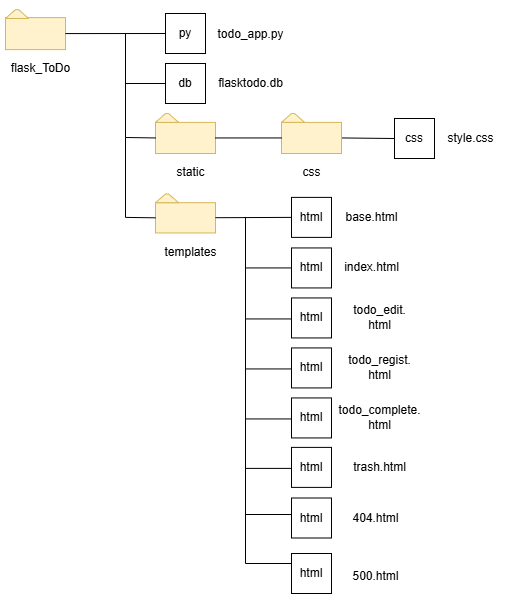
This is drawio/ファイル図/faile.png from mori1252/TODO, a draw.io export, as it was before one commit. Source tidied: cells renumbered, new cells last; positions are measured from the earlier drawing's top-left corner, leaving out a move shared by most shapes.
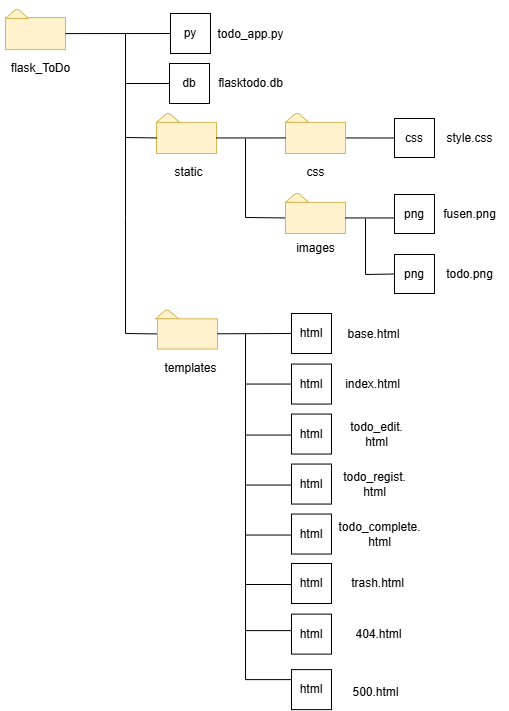
The same diagram one commit later.

What changed in the source:
```diff
@@ -18,7 +18,7 @@
       <mxGeometry y="54" width="80" height="30" as="geometry" />
     </mxCell>
     <mxCell id="7" style="group;" parent="1" vertex="1">
-      <mxGeometry x="155" y="114" width="60" height="40" as="geometry" />
+      <mxGeometry x="156" y="114" width="60" height="40" as="geometry" />
     </mxCell>
     <mxCell id="8" style="rounded=0;whiteSpace=wrap;html=1;fillColor=#fff2cc;strokeColor=#d6b656;" parent="7" vertex="1">
       <mxGeometry y="8.9" width="60" height="31.1" as="geometry" />
@@ -27,192 +27,236 @@
       <mxGeometry width="23.1" height="8.9" as="geometry" />
     </mxCell>
     <mxCell id="10" style="group;" parent="1" vertex="1">
-      <mxGeometry x="155" y="194.6" width="60" height="38.9" as="geometry" />
+      <mxGeometry x="155" y="310.7" width="60" height="38.9" as="geometry" />
     </mxCell>
-    <mxCell id="11" style="rounded=0;whiteSpace=wrap;html=1;fillColor=#fff2cc;strokeColor=#d6b656;" parent="10" vertex="1">
-      <mxGeometry y="8.6" width="60" height="30.2" as="geometry" />
-    </mxCell>
     <mxCell id="12" style="shape=trapezoid;perimeter=trapezoidPerimeter;whiteSpace=wrap;html=1;fixedSize=1;size=10;fillColor=#fff2cc;strokeColor=#d6b656;" parent="10" vertex="1">
       <mxGeometry width="23.1" height="8.6" as="geometry" />
     </mxCell>
     <mxCell id="13" value="static" style="text;html=1;align=center;verticalAlign=middle;strokeColor=none;fillColor=none;" parent="1" vertex="1">
-      <mxGeometry x="165" y="157.9" width="50" height="30" as="geometry" />
+      <mxGeometry x="163" y="157.9" width="50" height="30" as="geometry" />
     </mxCell>
-    <mxCell id="14" value="templates" style="text;html=1;align=center;verticalAlign=middle;strokeColor=none;fillColor=none;" parent="1" vertex="1">
-      <mxGeometry x="150" y="237.9" width="80" height="30" as="geometry" />
-    </mxCell>
     <mxCell id="15" value="css" style="rounded=0;whiteSpace=wrap;html=1;" parent="1" vertex="1">
-      <mxGeometry x="394" y="119" width="40" height="40" as="geometry" />
+      <mxGeometry x="394" y="119" width="40" height="39" as="geometry" />
     </mxCell>
     <mxCell id="16" value="style.css" style="text;html=1;align=center;verticalAlign=middle;strokeColor=none;fillColor=none;" parent="1" vertex="1">
-      <mxGeometry x="435" y="124" width="70" height="30" as="geometry" />
+      <mxGeometry x="434" y="124" width="70" height="30" as="geometry" />
     </mxCell>
     <mxCell id="17" style="endArrow=none;html=1;exitX=0;exitY=0.5;exitDx=0;exitDy=0;rounded=0;curved=0;" parent="1" edge="1" source="11">
       <mxGeometry relative="1" as="geometry">
         <mxPoint x="125" y="137.9" as="targetPoint" />
         <Array as="points">
+          <mxPoint x="125" y="334" />
           <mxPoint x="125" y="217.9" />
         </Array>
       </mxGeometry>
     </mxCell>
+    <mxCell id="32" value="py" style="rounded=0;whiteSpace=wrap;html=1;" parent="1" vertex="1">
+      <mxGeometry x="170" y="14" width="40" height="40" as="geometry" />
+    </mxCell>
+    <mxCell id="33" value="todo_app.py" style="text;html=1;align=center;verticalAlign=middle;strokeColor=none;fillColor=none;" parent="1" vertex="1">
+      <mxGeometry x="205" y="20.1" width="90" height="30" as="geometry" />
+    </mxCell>
+    <mxCell id="35" style="html=1;endArrow=none;endFill=0;entryX=0;entryY=0.5;entryDx=0;entryDy=0;exitX=1;exitY=0.5;exitDx=0;exitDy=0;" parent="1" edge="1" source="42" target="15">
+      <mxGeometry relative="1" as="geometry" />
+    </mxCell>
+    <mxCell id="36" style="html=1;endArrow=none;endFill=0;entryX=0;entryY=0.5;entryDx=0;entryDy=0;rounded=0;curved=0;" parent="1" edge="1" target="8">
+      <mxGeometry relative="1" as="geometry">
+        <mxPoint x="125" y="34" as="sourcePoint" />
+        <Array as="points">
+          <mxPoint x="125" y="138" />
+        </Array>
+      </mxGeometry>
+    </mxCell>
+    <mxCell id="40" style="edgeStyle=none;html=1;entryX=0;entryY=0.5;entryDx=0;entryDy=0;endArrow=none;endFill=0;" parent="1" edge="1" source="4" target="32">
+      <mxGeometry relative="1" as="geometry" />
+    </mxCell>
+    <mxCell id="41" style="group;" parent="1" vertex="1">
+      <mxGeometry x="285" y="114" width="60" height="40" as="geometry" />
+    </mxCell>
+    <mxCell id="42" style="rounded=0;whiteSpace=wrap;html=1;fillColor=#fff2cc;strokeColor=#d6b656;" parent="41" vertex="1">
+      <mxGeometry y="8.9" width="60" height="31.1" as="geometry" />
+    </mxCell>
+    <mxCell id="43" style="shape=trapezoid;perimeter=trapezoidPerimeter;whiteSpace=wrap;html=1;fixedSize=1;size=10;fillColor=#fff2cc;strokeColor=#d6b656;" parent="41" vertex="1">
+      <mxGeometry width="23.1" height="8.9" as="geometry" />
+    </mxCell>
+    <mxCell id="44" style="edgeStyle=none;html=1;entryX=1;entryY=0.5;entryDx=0;entryDy=0;endArrow=none;endFill=0;" parent="1" edge="1" source="42" target="8">
+      <mxGeometry relative="1" as="geometry" />
+    </mxCell>
+    <mxCell id="45" style="edgeStyle=none;html=1;exitX=0;exitY=0.5;exitDx=0;exitDy=0;rounded=0;curved=0;endArrow=none;endFill=0;" parent="1" edge="1" source="46">
+      <mxGeometry relative="1" as="geometry">
+        <mxPoint x="125" y="84" as="targetPoint" />
+      </mxGeometry>
+    </mxCell>
+    <mxCell id="46" value="db" style="rounded=0;whiteSpace=wrap;html=1;" parent="1" vertex="1">
+      <mxGeometry x="169" y="64" width="40" height="40" as="geometry" />
+    </mxCell>
+    <mxCell id="47" value="flasktodo.db" style="text;html=1;align=center;verticalAlign=middle;strokeColor=none;fillColor=none;" parent="1" vertex="1">
+      <mxGeometry x="205" y="69" width="90" height="30" as="geometry" />
+    </mxCell>
+    <mxCell id="54" value="css" style="text;html=1;align=center;verticalAlign=middle;strokeColor=none;fillColor=none;" parent="1" vertex="1">
+      <mxGeometry x="295" y="157.9" width="40" height="30" as="geometry" />
+    </mxCell>
+    <mxCell id="55" style="group;" parent="1" vertex="1">
+      <mxGeometry x="285" y="194" width="60" height="40" as="geometry" />
+    </mxCell>
+    <mxCell id="56" style="edgeStyle=none;html=1;exitX=0;exitY=0.5;exitDx=0;exitDy=0;rounded=0;curved=0;endArrow=none;endFill=0;" parent="55" edge="1" source="57">
+      <mxGeometry relative="1" as="geometry">
+        <mxPoint x="-40" y="-55" as="targetPoint" />
+        <Array as="points">
+          <mxPoint x="-40" y="24" />
+        </Array>
+      </mxGeometry>
+    </mxCell>
+    <mxCell id="57" style="rounded=0;whiteSpace=wrap;html=1;fillColor=#fff2cc;strokeColor=#d6b656;" parent="55" vertex="1">
+      <mxGeometry y="8.9" width="60" height="31.1" as="geometry" />
+    </mxCell>
+    <mxCell id="58" style="shape=trapezoid;perimeter=trapezoidPerimeter;whiteSpace=wrap;html=1;fixedSize=1;size=10;fillColor=#fff2cc;strokeColor=#d6b656;" parent="55" vertex="1">
+      <mxGeometry width="23.1" height="8.9" as="geometry" />
+    </mxCell>
+    <mxCell id="59" value="images" style="text;html=1;align=center;verticalAlign=middle;strokeColor=none;fillColor=none;" parent="1" vertex="1">
+      <mxGeometry x="285" y="234" width="60" height="30" as="geometry" />
+    </mxCell>
+    <mxCell id="60" value="png" style="rounded=0;whiteSpace=wrap;html=1;" parent="1" vertex="1">
+      <mxGeometry x="394" y="195" width="40" height="39" as="geometry" />
+    </mxCell>
+    <mxCell id="61" style="edgeStyle=none;html=1;entryX=0;entryY=0.601;entryDx=0;entryDy=0;entryPerimeter=0;endArrow=none;endFill=0;" parent="1" edge="1" source="57" target="60">
+      <mxGeometry relative="1" as="geometry" />
+    </mxCell>
+    <mxCell id="62" style="edgeStyle=none;html=1;exitX=0;exitY=0.5;exitDx=0;exitDy=0;rounded=0;curved=0;endArrow=none;endFill=0;" parent="1" edge="1" source="63">
+      <mxGeometry relative="1" as="geometry">
+        <mxPoint x="365" y="219" as="targetPoint" />
+        <Array as="points">
+          <mxPoint x="365" y="275" />
+        </Array>
+      </mxGeometry>
+    </mxCell>
+    <mxCell id="63" value="png" style="rounded=0;whiteSpace=wrap;html=1;" parent="1" vertex="1">
+      <mxGeometry x="394" y="255" width="40" height="39" as="geometry" />
+    </mxCell>
+    <mxCell id="11" style="rounded=0;whiteSpace=wrap;html=1;fillColor=#fff2cc;strokeColor=#d6b656;" parent="1" vertex="1">
+      <mxGeometry x="157" y="319.3" width="60" height="30.2" as="geometry" />
+    </mxCell>
+    <mxCell id="14" value="templates" style="text;html=1;align=center;verticalAlign=middle;strokeColor=none;fillColor=none;" parent="1" vertex="1">
+      <mxGeometry x="150" y="354" width="80" height="30" as="geometry" />
+    </mxCell>
     <mxCell id="18" value="html" style="rounded=0;whiteSpace=wrap;html=1;" parent="1" vertex="1">
-      <mxGeometry x="291" y="197.9" width="40" height="40" as="geometry" />
+      <mxGeometry x="291" y="314" width="40" height="40" as="geometry" />
     </mxCell>
     <mxCell id="19" value="html" style="rounded=0;whiteSpace=wrap;html=1;" parent="1" vertex="1">
-      <mxGeometry x="291" y="248.4" width="40" height="40" as="geometry" />
+      <mxGeometry x="291" y="364.6" width="40" height="40" as="geometry" />
     </mxCell>
     <mxCell id="20" value="html" style="rounded=0;whiteSpace=wrap;html=1;" parent="1" vertex="1">
-      <mxGeometry x="291" y="298.4" width="40" height="40" as="geometry" />
+      <mxGeometry x="291" y="414.6" width="40" height="40" as="geometry" />
     </mxCell>
     <mxCell id="21" value="html" style="rounded=0;whiteSpace=wrap;html=1;" parent="1" vertex="1">
-      <mxGeometry x="291" y="348.4" width="40" height="40" as="geometry" />
+      <mxGeometry x="291" y="464.6" width="40" height="40" as="geometry" />
     </mxCell>
     <mxCell id="22" value="html" style="rounded=0;whiteSpace=wrap;html=1;" parent="1" vertex="1">
-      <mxGeometry x="291" y="398.4" width="40" height="40" as="geometry" />
+      <mxGeometry x="291" y="514.5" width="40" height="40" as="geometry" />
     </mxCell>
     <mxCell id="23" style="endArrow=none;html=1;exitX=0;exitY=0.5;exitDx=0;exitDy=0;rounded=0;curved=0;" parent="1" edge="1" source="19">
       <mxGeometry relative="1" as="geometry">
-        <mxPoint x="245" y="217.4" as="targetPoint" />
+        <mxPoint x="245" y="333.6" as="targetPoint" />
         <Array as="points">
-          <mxPoint x="245" y="268.4" />
+          <mxPoint x="245" y="384.6" />
         </Array>
       </mxGeometry>
     </mxCell>
     <mxCell id="24" style="endArrow=none;html=1;exitX=0;exitY=0.5;exitDx=0;exitDy=0;rounded=0;curved=0;" parent="1" edge="1">
       <mxGeometry relative="1" as="geometry">
-        <mxPoint x="291" y="319.4" as="sourcePoint" />
-        <mxPoint x="245" y="268.4" as="targetPoint" />
+        <mxPoint x="291" y="435.6" as="sourcePoint" />
+        <mxPoint x="245" y="384.6" as="targetPoint" />
         <Array as="points">
-          <mxPoint x="245" y="319.4" />
+          <mxPoint x="245" y="435.6" />
         </Array>
       </mxGeometry>
     </mxCell>
     <mxCell id="25" style="endArrow=none;html=1;exitX=0;exitY=0.5;exitDx=0;exitDy=0;rounded=0;curved=0;" parent="1" edge="1">
       <mxGeometry relative="1" as="geometry">
-        <mxPoint x="291" y="369.4" as="sourcePoint" />
-        <mxPoint x="245" y="318.4" as="targetPoint" />
+        <mxPoint x="291" y="485.5" as="sourcePoint" />
+        <mxPoint x="245" y="434.6" as="targetPoint" />
         <Array as="points">
-          <mxPoint x="245" y="369.4" />
+          <mxPoint x="245" y="485.5" />
         </Array>
       </mxGeometry>
     </mxCell>
     <mxCell id="26" style="endArrow=none;html=1;exitX=0;exitY=0.5;exitDx=0;exitDy=0;rounded=0;curved=0;" parent="1" edge="1">
       <mxGeometry relative="1" as="geometry">
-        <mxPoint x="291" y="419.4" as="sourcePoint" />
-        <mxPoint x="245" y="368.4" as="targetPoint" />
+        <mxPoint x="291" y="535.5" as="sourcePoint" />
+        <mxPoint x="245" y="484.5" as="targetPoint" />
         <Array as="points">
-          <mxPoint x="245" y="419.4" />
+          <mxPoint x="245" y="535.5" />
         </Array>
       </mxGeometry>
     </mxCell>
     <mxCell id="27" value="base.html" style="text;html=1;align=center;verticalAlign=middle;strokeColor=none;fillColor=none;" parent="1" vertex="1">
-      <mxGeometry x="331" y="203.4" width="80" height="30" as="geometry" />
+      <mxGeometry x="333" y="319.6" width="80" height="30" as="geometry" />
     </mxCell>
     <mxCell id="28" value="index.html" style="text;html=1;align=center;verticalAlign=middle;strokeColor=none;fillColor=none;" parent="1" vertex="1">
-      <mxGeometry x="331" y="253.4" width="80" height="30" as="geometry" />
+      <mxGeometry x="332" y="369.6" width="80" height="30" as="geometry" />
     </mxCell>
     <mxCell id="29" value="todo_edit.&lt;div&gt;html&lt;/div&gt;" style="text;html=1;align=center;verticalAlign=middle;strokeColor=none;fillColor=none;" parent="1" vertex="1">
-      <mxGeometry x="339" y="298.4" width="80" height="40" as="geometry" />
+      <mxGeometry x="336" y="414.6" width="80" height="40" as="geometry" />
     </mxCell>
     <mxCell id="30" value="todo_regist&lt;span style=&quot;background-color: transparent;&quot;&gt;.&lt;/span&gt;&lt;div&gt;&lt;span style=&quot;background-color: transparent;&quot;&gt;html&lt;/span&gt;&lt;/div&gt;" style="text;html=1;align=center;verticalAlign=middle;strokeColor=none;fillColor=none;" parent="1" vertex="1">
-      <mxGeometry x="334" y="348.4" width="90" height="40" as="geometry" />
+      <mxGeometry x="329" y="464.6" width="90" height="40" as="geometry" />
     </mxCell>
     <mxCell id="31" value="todo_complete.&lt;div&gt;html&lt;/div&gt;" style="text;html=1;align=center;verticalAlign=middle;strokeColor=none;fillColor=none;" parent="1" vertex="1">
-      <mxGeometry x="324" y="398.4" width="110" height="40" as="geometry" />
+      <mxGeometry x="324" y="514.5" width="110" height="40" as="geometry" />
     </mxCell>
-    <mxCell id="32" value="py" style="rounded=0;whiteSpace=wrap;html=1;" parent="1" vertex="1">
-      <mxGeometry x="165" y="14" width="40" height="40" as="geometry" />
-    </mxCell>
-    <mxCell id="33" value="todo_app.py" style="text;html=1;align=center;verticalAlign=middle;strokeColor=none;fillColor=none;" parent="1" vertex="1">
-      <mxGeometry x="205" y="20.1" width="90" height="30" as="geometry" />
-    </mxCell>
     <mxCell id="34" style="html=1;endArrow=none;endFill=0;entryX=0;entryY=0.5;entryDx=0;entryDy=0;" parent="1" edge="1" source="11" target="18">
       <mxGeometry relative="1" as="geometry" />
     </mxCell>
-    <mxCell id="35" style="html=1;endArrow=none;endFill=0;entryX=0;entryY=0.5;entryDx=0;entryDy=0;exitX=1;exitY=0.5;exitDx=0;exitDy=0;" parent="1" edge="1" source="42" target="15">
-      <mxGeometry relative="1" as="geometry" />
-    </mxCell>
-    <mxCell id="36" style="html=1;endArrow=none;endFill=0;entryX=0;entryY=0.5;entryDx=0;entryDy=0;rounded=0;curved=0;" parent="1" edge="1" target="8">
-      <mxGeometry relative="1" as="geometry">
-        <mxPoint x="125" y="34" as="sourcePoint" />
-        <Array as="points">
-          <mxPoint x="125" y="138" />
-        </Array>
-      </mxGeometry>
-    </mxCell>
     <mxCell id="37" value="html" style="rounded=0;whiteSpace=wrap;html=1;" parent="1" vertex="1">
-      <mxGeometry x="291" y="447.9" width="40" height="40" as="geometry" />
+      <mxGeometry x="291" y="564" width="40" height="40" as="geometry" />
     </mxCell>
     <mxCell id="38" value="&lt;div&gt;&lt;font color=&quot;#000000&quot;&gt;trash.&lt;/font&gt;&lt;span style=&quot;background-color: transparent;&quot;&gt;html&lt;/span&gt;&lt;/div&gt;" style="text;html=1;align=center;verticalAlign=middle;strokeColor=none;fillColor=none;" parent="1" vertex="1">
-      <mxGeometry x="339" y="452.9" width="80" height="30" as="geometry" />
+      <mxGeometry x="337" y="569" width="80" height="30" as="geometry" />
     </mxCell>
     <mxCell id="39" style="endArrow=none;html=1;exitX=0;exitY=0.5;exitDx=0;exitDy=0;rounded=0;curved=0;" parent="1" edge="1">
       <mxGeometry relative="1" as="geometry">
-        <mxPoint x="291" y="468.9" as="sourcePoint" />
-        <mxPoint x="245" y="417.9" as="targetPoint" />
+        <mxPoint x="291" y="585" as="sourcePoint" />
+        <mxPoint x="245" y="534" as="targetPoint" />
         <Array as="points">
-          <mxPoint x="245" y="468.9" />
+          <mxPoint x="245" y="585" />
         </Array>
       </mxGeometry>
     </mxCell>
-    <mxCell id="40" style="edgeStyle=none;html=1;entryX=0;entryY=0.5;entryDx=0;entryDy=0;endArrow=none;endFill=0;" parent="1" edge="1" source="4" target="32">
-      <mxGeometry relative="1" as="geometry" />
-    </mxCell>
-    <mxCell id="41" style="group;" parent="1" vertex="1">
-      <mxGeometry x="281" y="114" width="60" height="40" as="geometry" />
-    </mxCell>
-    <mxCell id="42" style="rounded=0;whiteSpace=wrap;html=1;fillColor=#fff2cc;strokeColor=#d6b656;" parent="41" vertex="1">
-      <mxGeometry y="8.9" width="60" height="31.1" as="geometry" />
-    </mxCell>
-    <mxCell id="43" style="shape=trapezoid;perimeter=trapezoidPerimeter;whiteSpace=wrap;html=1;fixedSize=1;size=10;fillColor=#fff2cc;strokeColor=#d6b656;" parent="41" vertex="1">
-      <mxGeometry width="23.1" height="8.9" as="geometry" />
-    </mxCell>
-    <mxCell id="44" style="edgeStyle=none;html=1;entryX=1;entryY=0.5;entryDx=0;entryDy=0;endArrow=none;endFill=0;" parent="1" edge="1" source="42" target="8">
-      <mxGeometry relative="1" as="geometry" />
-    </mxCell>
-    <mxCell id="45" style="edgeStyle=none;html=1;exitX=0;exitY=0.5;exitDx=0;exitDy=0;rounded=0;curved=0;endArrow=none;endFill=0;" parent="1" edge="1" source="46">
-      <mxGeometry relative="1" as="geometry">
-        <mxPoint x="125" y="84" as="targetPoint" />
-      </mxGeometry>
-    </mxCell>
-    <mxCell id="46" value="db" style="rounded=0;whiteSpace=wrap;html=1;" parent="1" vertex="1">
-      <mxGeometry x="165" y="64" width="40" height="40" as="geometry" />
-    </mxCell>
-    <mxCell id="47" value="flasktodo.db" style="text;html=1;align=center;verticalAlign=middle;strokeColor=none;fillColor=none;" parent="1" vertex="1">
-      <mxGeometry x="205" y="69" width="90" height="30" as="geometry" />
-    </mxCell>
     <mxCell id="48" value="html" style="rounded=0;whiteSpace=wrap;html=1;" parent="1" vertex="1">
-      <mxGeometry x="291" y="498.5" width="40" height="40" as="geometry" />
+      <mxGeometry x="291" y="614.6" width="40" height="40" as="geometry" />
     </mxCell>
     <mxCell id="49" value="html" style="rounded=0;whiteSpace=wrap;html=1;" parent="1" vertex="1">
-      <mxGeometry x="291" y="554" width="40" height="40" as="geometry" />
+      <mxGeometry x="291" y="670.1" width="40" height="40" as="geometry" />
     </mxCell>
     <mxCell id="50" style="endArrow=none;html=1;exitX=0;exitY=0.5;exitDx=0;exitDy=0;rounded=0;curved=0;" parent="1" edge="1">
       <mxGeometry relative="1" as="geometry">
-        <mxPoint x="291" y="515" as="sourcePoint" />
-        <mxPoint x="245" y="464" as="targetPoint" />
+        <mxPoint x="291" y="631.1" as="sourcePoint" />
+        <mxPoint x="245" y="580.1" as="targetPoint" />
         <Array as="points">
-          <mxPoint x="245" y="515" />
+          <mxPoint x="245" y="631.1" />
         </Array>
       </mxGeometry>
     </mxCell>
     <mxCell id="51" style="endArrow=none;html=1;exitX=0;exitY=0.5;exitDx=0;exitDy=0;rounded=0;curved=0;" parent="1" edge="1">
       <mxGeometry relative="1" as="geometry">
-        <mxPoint x="291" y="564" as="sourcePoint" />
-        <mxPoint x="245" y="513" as="targetPoint" />
+        <mxPoint x="291" y="680.1" as="sourcePoint" />
+        <mxPoint x="245" y="629.1" as="targetPoint" />
         <Array as="points">
-          <mxPoint x="245" y="564" />
+          <mxPoint x="245" y="680.1" />
         </Array>
       </mxGeometry>
     </mxCell>
     <mxCell id="52" value="404.html" style="text;html=1;align=center;verticalAlign=middle;strokeColor=none;fillColor=none;" parent="1" vertex="1">
-      <mxGeometry x="340" y="503.5" width="70" height="30" as="geometry" />
+      <mxGeometry x="343" y="619.6" width="70" height="30" as="geometry" />
     </mxCell>
     <mxCell id="53" value="500.html" style="text;html=1;align=center;verticalAlign=middle;strokeColor=none;fillColor=none;" parent="1" vertex="1">
-      <mxGeometry x="340" y="562" width="70" height="30" as="geometry" />
+      <mxGeometry x="340" y="678.1" width="70" height="30" as="geometry" />
     </mxCell>
-    <mxCell id="54" value="css" style="text;html=1;align=center;verticalAlign=middle;strokeColor=none;fillColor=none;" parent="1" vertex="1">
-      <mxGeometry x="291" y="157.9" width="40" height="30" as="geometry" />
-    </mxCell>
+    <mxCell id="64" value="fusen.png" style="text;html=1;align=center;verticalAlign=middle;strokeColor=none;fillColor=none;" parent="1" vertex="1">
+      <mxGeometry x="429" y="199.5" width="80" height="30" as="geometry" />
+    </mxCell>
+    <mxCell id="65" value="todo.png" style="text;html=1;align=center;verticalAlign=middle;strokeColor=none;fillColor=none;" parent="1" vertex="1">
+      <mxGeometry x="434" y="259.5" width="70" height="30" as="geometry" />
+    </mxCell>
   </root>
 </mxGraphModel>
```
